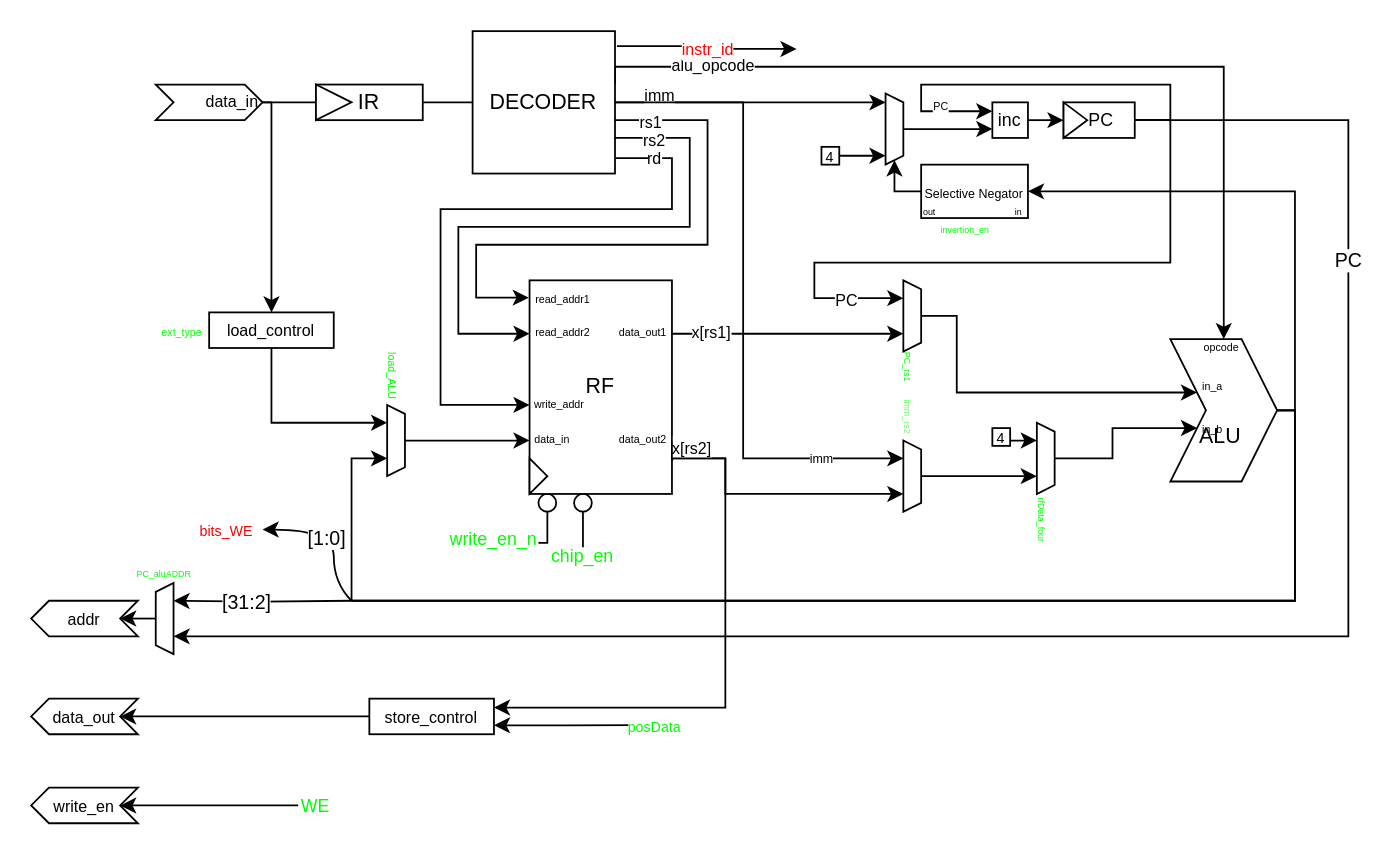
The draw.io diagram Datapath Millestone 3.drawio in jawandrawa10/Tone3, before the edit. Source tidied: cells renumbered, new cells numbered last; positions are measured from the earlier drawing's top-left corner, leaving out a move shared by most shapes. Both pictures are drawn from the tidied source at 178%, with x=0, y=0 at pixel (30, 30).
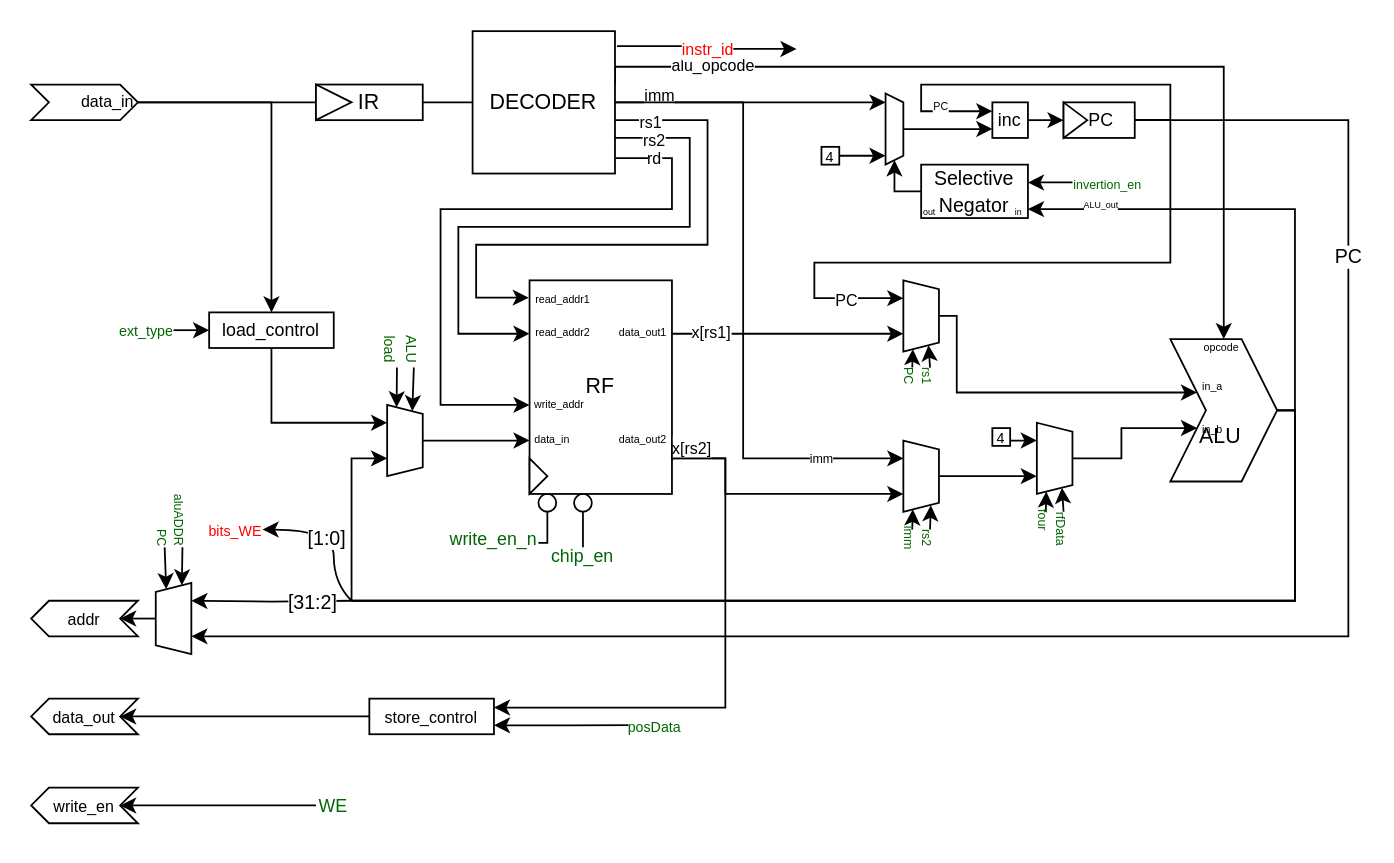
Above is the later version.

The change refers to these unchanged cells:
```xml
<mxCell id="45" value="&lt;div&gt;&lt;br&gt;&lt;/div&gt;&lt;div&gt;&lt;br&gt;&lt;/div&gt;&lt;div&gt;ALU&amp;nbsp;&lt;/div&gt;" style="shape=step;perimeter=stepPerimeter;whiteSpace=wrap;html=1;shapeInside=1;fixedSize=1;" parent="44" vertex="1">
  <mxGeometry width="60" height="80" as="geometry" />
</mxCell>
<mxCell id="72" style="group;" parent="1" vertex="1">
  <mxGeometry x="500" y="75" width="60" height="30" as="geometry" />
</mxCell>
<mxCell id="74" value="&lt;font style=&quot;font-size: 5px;&quot;&gt;in&lt;/font&gt;" style="text;html=1;whiteSpace=wrap;strokeColor=none;fillColor=none;align=center;verticalAlign=middle;rounded=0;" parent="72" vertex="1">
  <mxGeometry x="50" y="20" width="10" height="10" as="geometry" />
</mxCell>
<mxCell id="92" value="&lt;font style=&quot;font-size: 9px;&quot;&gt;write_en&lt;/font&gt;" style="text;html=1;whiteSpace=wrap;strokeColor=none;fillColor=none;align=center;verticalAlign=middle;rounded=0;" parent="90" vertex="1">
  <mxGeometry width="60" height="30" as="geometry" />
</mxCell>
<mxCell id="99" style="edgeStyle=orthogonalEdgeStyle;rounded=0;jettySize=auto;html=1;entryX=0.75;entryY=1;entryDx=0;entryDy=0;" parent="1" edge="1" target="80">
  <mxGeometry relative="1" as="geometry">
    <mxPoint x="180" y="320" as="sourcePoint" />
  </mxGeometry>
</mxCell>
<mxCell id="108" style="edgeStyle=orthogonalEdgeStyle;rounded=0;jettySize=auto;html=1;exitX=1;exitY=0.75;exitDx=0;exitDy=0;startArrow=classic;startFill=1;endArrow=none;endFill=0;" parent="1" edge="1" source="110">
  <mxGeometry relative="1" as="geometry">
    <mxPoint x="340" y="389.9" as="targetPoint" />
  </mxGeometry>
</mxCell>
```

Diff of the diagram source:
```diff
@@
-    <mxCell id="50" value="&lt;span style=&quot;color: light-dark(rgb(0, 255, 0), rgb(0, 255, 0));&quot;&gt;write_en_n&lt;/span&gt;" style="text;html=1;whiteSpace=wrap;strokeColor=none;fillColor=none;align=center;verticalAlign=middle;rounded=0;fontSize=10;" parent="1" vertex="1">
+    <mxCell id="50" value="&lt;span style=&quot;color: light-dark(rgb(0, 102, 0), rgb(0, 255, 0));&quot;&gt;write_en_n&lt;/span&gt;" style="text;html=1;whiteSpace=wrap;strokeColor=none;fillColor=none;align=center;verticalAlign=middle;rounded=0;fontSize=10;" parent="1" vertex="1">
       <mxGeometry x="235" y="280" width="50" height="10" as="geometry" />
     </mxCell>
@@
-    <mxCell id="52" value="&lt;span style=&quot;color: light-dark(rgb(0, 255, 0), rgb(0, 255, 0));&quot;&gt;chip_en&lt;/span&gt;" style="text;html=1;whiteSpace=wrap;strokeColor=none;fillColor=none;align=center;verticalAlign=middle;rounded=0;fontSize=10;" parent="1" vertex="1">
+    <mxCell id="52" value="&lt;span style=&quot;color: light-dark(rgb(0, 102, 0), rgb(0, 255, 0));&quot;&gt;chip_en&lt;/span&gt;" style="text;html=1;whiteSpace=wrap;strokeColor=none;fillColor=none;align=center;verticalAlign=middle;rounded=0;fontSize=10;" parent="1" vertex="1">
       <mxGeometry x="290" y="290" width="40" height="10" as="geometry" />
     </mxCell>
@@
     <mxCell id="55" style="shape=trapezoid;perimeter=trapezoidPerimeter;whiteSpace=wrap;html=1;shapeInside=1;fixedSize=1;rotation=90;size=5;" parent="1" vertex="1">
-      <mxGeometry x="475" y="245" width="40" height="10" as="geometry" />
+      <mxGeometry x="480" y="240" width="40" height="20" as="geometry" />
     </mxCell>
+    <mxCell id="114" style="edgeStyle=orthogonalEdgeStyle;rounded=0;jettySize=auto;html=1;exitX=0;exitY=0.5;exitDx=0;exitDy=0;entryX=1;entryY=0.75;entryDx=0;entryDy=0;" parent="1" edge="1" source="56" target="55">
+      <mxGeometry relative="1" as="geometry" />
+    </mxCell>
-    <mxCell id="56" value="&lt;span style=&quot;color: light-dark(rgb(102, 255, 102), rgb(0, 255, 0));&quot;&gt;&lt;font style=&quot;font-size: 5px;&quot;&gt;imm_&lt;/font&gt;&lt;span style=&quot;font-size: 5px;&quot;&gt;rs2&lt;/span&gt;&lt;/span&gt;" style="text;html=1;whiteSpace=wrap;strokeColor=none;fillColor=none;align=center;verticalAlign=middle;rounded=0;rotation=90;" parent="1" vertex="1">
-      <mxGeometry x="485" y="212" width="20" height="10" as="geometry" />
+    <mxCell id="56" value="&lt;span style=&quot;color: light-dark(rgb(0, 102, 0), rgb(0, 255, 0));&quot;&gt;&lt;font style=&quot;font-size: 7px;&quot;&gt;imm&lt;/font&gt;&lt;/span&gt;" style="text;html=1;whiteSpace=wrap;strokeColor=none;fillColor=none;align=center;verticalAlign=middle;rounded=0;rotation=90;" parent="1" vertex="1">
+      <mxGeometry x="490" y="280" width="10" height="10" as="geometry" />
     </mxCell>
     <mxCell id="57" style="shape=trapezoid;perimeter=trapezoidPerimeter;whiteSpace=wrap;html=1;shapeInside=1;fixedSize=1;rotation=90;size=5;" parent="1" vertex="1">
-      <mxGeometry x="475" y="155" width="40" height="10" as="geometry" />
+      <mxGeometry x="480" y="150" width="40" height="20" as="geometry" />
     </mxCell>
+    <mxCell id="115" style="edgeStyle=orthogonalEdgeStyle;rounded=0;jettySize=auto;html=1;exitX=0;exitY=0.5;exitDx=0;exitDy=0;entryX=1;entryY=0.75;entryDx=0;entryDy=0;" parent="1" edge="1" source="58" target="57">
+      <mxGeometry relative="1" as="geometry" />
+    </mxCell>
-    <mxCell id="58" value="&lt;font style=&quot;font-size: 5px; color: light-dark(rgb(0, 255, 0), rgb(0, 255, 0));&quot;&gt;PC_rs1&lt;/font&gt;" style="text;html=1;whiteSpace=wrap;strokeColor=none;fillColor=none;align=center;verticalAlign=middle;rounded=0;rotation=90;" parent="1" vertex="1">
-      <mxGeometry x="480" y="184" width="30" height="10" as="geometry" />
+    <mxCell id="58" value="&lt;span style=&quot;color: rgb(0, 102, 0);&quot;&gt;&lt;font style=&quot;font-size: 7px;&quot;&gt;PC&lt;/font&gt;&lt;/span&gt;" style="text;html=1;whiteSpace=wrap;strokeColor=none;fillColor=none;align=center;verticalAlign=middle;rounded=0;rotation=90;" parent="1" vertex="1">
+      <mxGeometry x="490" y="189" width="10" height="10" as="geometry" />
     </mxCell>
@@
     <mxCell id="67" style="shape=trapezoid;perimeter=trapezoidPerimeter;whiteSpace=wrap;html=1;shapeInside=1;fixedSize=1;rotation=90;size=5;" parent="1" vertex="1">
-      <mxGeometry x="550" y="235" width="40" height="10" as="geometry" />
+      <mxGeometry x="555" y="230" width="40" height="20" as="geometry" />
     </mxCell>
@@
+    <mxCell id="116" style="edgeStyle=orthogonalEdgeStyle;rounded=0;jettySize=auto;html=1;exitX=0;exitY=0.5;exitDx=0;exitDy=0;entryX=1;entryY=0.25;entryDx=0;entryDy=0;" parent="1" edge="1" source="70" target="67">
+      <mxGeometry relative="1" as="geometry" />
+    </mxCell>
-    <mxCell id="70" value="&lt;font style=&quot;font-size: 5px; color: light-dark(rgb(0, 255, 0), rgb(0, 255, 0));&quot;&gt;rfData_four&lt;/font&gt;" style="text;html=1;whiteSpace=wrap;strokeColor=none;fillColor=none;align=center;verticalAlign=middle;rounded=0;rotation=90;" parent="1" vertex="1">
-      <mxGeometry x="555" y="270" width="30" height="10" as="geometry" />
+    <mxCell id="70" value="&lt;font style=&quot;color: light-dark(rgb(0, 102, 0), rgb(0, 255, 0)); font-size: 7px;&quot;&gt;rfData&lt;/font&gt;" style="text;html=1;whiteSpace=wrap;strokeColor=none;fillColor=none;align=center;verticalAlign=middle;rounded=0;rotation=90;" parent="1" vertex="1">
+      <mxGeometry x="570" y="275" width="20" height="10" as="geometry" />
     </mxCell>
@@
-    <mxCell id="73" value="&lt;font style=&quot;font-size: 7px;&quot;&gt;Selective Negator&lt;/font&gt;" style="rounded=0;whiteSpace=wrap;html=1;" parent="72" vertex="1">
+    <mxCell id="73" value="&lt;font style=&quot;font-size: 11px;&quot;&gt;Selective Negator&lt;/font&gt;" style="rounded=0;whiteSpace=wrap;html=1;" parent="72" vertex="1">
       <mxGeometry width="60" height="30" as="geometry" />
     </mxCell>
@@
-    <mxCell id="77" style="edgeStyle=orthogonalEdgeStyle;rounded=0;jettySize=auto;html=1;exitX=1;exitY=0.5;exitDx=0;exitDy=0;entryX=1;entryY=0.5;entryDx=0;entryDy=0;" parent="1" edge="1" source="45" target="73">
-      <mxGeometry x="-0.07" relative="1" as="geometry">
+    <mxCell id="77" style="edgeStyle=orthogonalEdgeStyle;rounded=0;jettySize=auto;html=1;exitX=1;exitY=0.5;exitDx=0;exitDy=0;entryX=1;entryY=0.5;entryDx=0;entryDy=0;" parent="1" edge="1" source="45" target="74">
+      <mxGeometry x="-0.14" relative="1" as="geometry">
         <Array as="points">
           <mxPoint x="710" y="213" />
-          <mxPoint x="710" y="90" />
+          <mxPoint x="710" y="100" />
         </Array>
       </mxGeometry>
     </mxCell>
+    <mxCell id="117" value="&lt;font style=&quot;font-size: 5px;&quot;&gt;ALU_out&lt;/font&gt;" style="edgeLabel;html=1;align=center;verticalAlign=middle;" parent="77" vertex="1">
+      <mxGeometry x="0.7" relative="1" as="geometry">
+        <mxPoint x="-1" y="-5" as="offset" />
+      </mxGeometry>
+    </mxCell>
-    <mxCell id="78" value="&lt;font style=&quot;font-size: 5px; color: light-dark(rgb(0, 255, 0), rgb(0, 255, 0));&quot;&gt;invertion_en&lt;/font&gt;" style="text;html=1;whiteSpace=wrap;strokeColor=none;fillColor=none;align=center;verticalAlign=middle;rounded=0;rotation=0;" parent="1" vertex="1">
-      <mxGeometry x="510" y="105" width="30" height="10" as="geometry" />
+    <mxCell id="78" value="&lt;font style=&quot;color: light-dark(rgb(0, 102, 0), rgb(0, 255, 0)); font-size: 7px;&quot;&gt;invertion_en&lt;/font&gt;" style="text;html=1;whiteSpace=wrap;strokeColor=none;fillColor=none;align=center;verticalAlign=middle;rounded=0;rotation=0;" parent="1" vertex="1">
+      <mxGeometry x="585" y="75" width="40" height="20" as="geometry" />
     </mxCell>
@@
     <mxCell id="80" style="shape=trapezoid;perimeter=trapezoidPerimeter;whiteSpace=wrap;html=1;shapeInside=1;fixedSize=1;rotation=-90;size=5;" parent="1" vertex="1">
-      <mxGeometry x="55" y="325" width="40" height="10" as="geometry" />
+      <mxGeometry x="60" y="320" width="40" height="20" as="geometry" />
     </mxCell>
@@
+    <mxCell id="118" style="edgeStyle=orthogonalEdgeStyle;rounded=0;jettySize=auto;html=1;exitX=1;exitY=0.5;exitDx=0;exitDy=0;entryX=1;entryY=0.25;entryDx=0;entryDy=0;" parent="1" edge="1" source="84" target="80">
+      <mxGeometry relative="1" as="geometry" />
+    </mxCell>
-    <mxCell id="84" value="&lt;font style=&quot;font-size: 5px; color: light-dark(rgb(0, 255, 0), rgb(0, 255, 0));&quot;&gt;PC_aluADDR&lt;/font&gt;" style="text;html=1;whiteSpace=wrap;strokeColor=none;fillColor=none;align=center;verticalAlign=middle;rounded=0;rotation=0;" parent="1" vertex="1">
-      <mxGeometry x="50" y="298" width="50" height="10" as="geometry" />
+    <mxCell id="84" value="&lt;font style=&quot;font-size: 7px; color: light-dark(rgb(0, 102, 0), rgb(0, 255, 0));&quot;&gt;PC&lt;/font&gt;" style="text;html=1;whiteSpace=wrap;strokeColor=none;fillColor=none;align=center;verticalAlign=middle;rounded=0;rotation=90;" parent="1" vertex="1">
+      <mxGeometry x="70" y="280" width="10" height="10" as="geometry" />
     </mxCell>
@@
     <mxCell id="86" value="&lt;font style=&quot;font-size: 9px;&quot;&gt;&lt;div style=&quot;text-align: center;&quot;&gt;&lt;span style=&quot;text-decoration-line: inherit; background-color: transparent; color: light-dark(rgb(0, 0, 0), rgb(255, 255, 255));&quot;&gt;data_in&lt;/span&gt;&lt;/div&gt;&lt;/font&gt;" style="shape=step;perimeter=stepPerimeter;whiteSpace=wrap;html=1;shapeInside=1;fixedSize=1;size=10;align=right;" parent="1" vertex="1">
-      <mxGeometry x="70" y="30" width="60" height="20" as="geometry" />
+      <mxGeometry y="30" width="60" height="20" as="geometry" />
     </mxCell>
@@
     <mxCell id="94" style="shape=trapezoid;perimeter=trapezoidPerimeter;whiteSpace=wrap;html=1;shapeInside=1;fixedSize=1;rotation=90;size=5;" parent="1" vertex="1">
-      <mxGeometry x="185" y="225" width="40" height="10" as="geometry" />
+      <mxGeometry x="190" y="220" width="40" height="20" as="geometry" />
     </mxCell>
+    <mxCell id="119" style="edgeStyle=orthogonalEdgeStyle;rounded=0;jettySize=auto;html=1;exitX=1;exitY=0.25;exitDx=0;exitDy=0;entryX=0;entryY=0.75;entryDx=0;entryDy=0;" parent="1" edge="1" source="95" target="94">
+      <mxGeometry relative="1" as="geometry" />
+    </mxCell>
-    <mxCell id="95" value="&lt;span style=&quot;color: rgb(0, 255, 0);&quot;&gt;&lt;font style=&quot;font-size: 6px;&quot;&gt;load_ALU&lt;/font&gt;&lt;/span&gt;" style="text;html=1;whiteSpace=wrap;strokeColor=none;fillColor=none;align=center;verticalAlign=middle;rounded=0;rotation=90;" parent="1" vertex="1">
-      <mxGeometry x="185" y="189" width="40" height="10" as="geometry" />
+    <mxCell id="95" value="&lt;span style=&quot;color: rgb(0, 102, 0);&quot;&gt;&lt;font style=&quot;font-size: 8px;&quot;&gt;load&lt;/font&gt;&lt;/span&gt;" style="text;html=1;whiteSpace=wrap;strokeColor=none;fillColor=none;align=center;verticalAlign=middle;rounded=0;rotation=90;" parent="1" vertex="1">
+      <mxGeometry x="193" y="174" width="20" height="10" as="geometry" />
     </mxCell>
@@
-    <mxCell id="97" value="&lt;font style=&quot;font-size: 9px;&quot;&gt;load_control&lt;/font&gt;" style="whiteSpace=wrap;html=1;" parent="1" vertex="1">
+    <mxCell id="97" value="&lt;font style=&quot;font-size: 10px;&quot;&gt;load_control&lt;/font&gt;" style="whiteSpace=wrap;html=1;" parent="1" vertex="1">
       <mxGeometry x="100" y="158" width="70" height="20" as="geometry" />
     </mxCell>
+    <mxCell id="120" style="edgeStyle=orthogonalEdgeStyle;rounded=0;jettySize=auto;html=1;exitX=1;exitY=0.5;exitDx=0;exitDy=0;entryX=0;entryY=0.5;entryDx=0;entryDy=0;" parent="1" edge="1" source="98" target="97">
+      <mxGeometry relative="1" as="geometry" />
+    </mxCell>
-    <mxCell id="98" value="&lt;font style=&quot;font-size: 6px; color: rgb(0, 255, 0);&quot;&gt;ext_type&lt;/font&gt;" style="text;html=1;whiteSpace=wrap;strokeColor=none;fillColor=none;align=center;verticalAlign=middle;rounded=0;" parent="1" vertex="1">
-      <mxGeometry x="70" y="163" width="30" height="10" as="geometry" />
+    <mxCell id="98" value="&lt;font style=&quot;font-size: 8px; color: rgb(0, 102, 0);&quot;&gt;ext_type&lt;/font&gt;" style="text;html=1;whiteSpace=wrap;strokeColor=none;fillColor=none;align=center;verticalAlign=middle;rounded=0;" parent="1" vertex="1">
+      <mxGeometry x="50" y="163" width="30" height="10" as="geometry" />
     </mxCell>
@@
     <mxCell id="100" value="[31:2]" style="edgeLabel;html=1;align=center;verticalAlign=middle;" parent="99" vertex="1">
       <mxGeometry x="0.56" y="-1" relative="1" as="geometry">
-        <mxPoint x="18" y="1" as="offset" />
+        <mxPoint x="48" y="1" as="offset" />
       </mxGeometry>
     </mxCell>
@@
-    <mxCell id="109" value="&lt;font style=&quot;font-size: 8px; color: rgb(0, 255, 0);&quot;&gt;posData&lt;/font&gt;" style="edgeLabel;html=1;align=center;verticalAlign=middle;" parent="108" vertex="1">
+    <mxCell id="109" value="&lt;font style=&quot;font-size: 8px; color: light-dark(rgb(0, 102, 0), rgb(0, 255, 0));&quot;&gt;posData&lt;/font&gt;" style="edgeLabel;html=1;align=center;verticalAlign=middle;" parent="108" vertex="1">
       <mxGeometry x="0.49" relative="1" as="geometry">
         <mxPoint x="30" y="-1" as="offset" />
       </mxGeometry>
     </mxCell>
@@
     <mxCell id="111" value="&lt;font style=&quot;font-size: 8px; color: rgb(255, 0, 0);&quot;&gt;bits_WE&lt;/font&gt;" style="text;html=1;whiteSpace=wrap;strokeColor=none;fillColor=none;align=center;verticalAlign=middle;rounded=0;" parent="1" vertex="1">
-      <mxGeometry x="90" y="270" width="40" height="20" as="geometry" />
+      <mxGeometry x="100" y="270" width="30" height="20" as="geometry" />
     </mxCell>
-    <mxCell id="112" style="endArrow=classic;html=1;rounded=0;entryX=0.833;entryY=0.5;entryDx=0;entryDy=0;entryPerimeter=0;" parent="1" edge="1" target="92">
-      <mxGeometry relative="1" as="geometry">
-        <mxPoint x="150" y="435" as="sourcePoint" />
-      </mxGeometry>
+    <mxCell id="112" style="endArrow=classic;html=1;rounded=0;entryX=0.833;entryY=0.5;entryDx=0;entryDy=0;entryPerimeter=0;exitX=0;exitY=0.5;exitDx=0;exitDy=0;" parent="1" edge="1" source="113" target="92">
+      <mxGeometry relative="1" as="geometry" />
     </mxCell>
-    <mxCell id="113" value="&lt;font style=&quot;font-size: 10px; color: light-dark(rgb(0, 255, 0), rgb(0, 255, 0));&quot;&gt;WE&lt;/font&gt;" style="text;html=1;whiteSpace=wrap;strokeColor=none;fillColor=none;align=center;verticalAlign=middle;rounded=0;" parent="1" vertex="1">
-      <mxGeometry x="130" y="420" width="60" height="30" as="geometry" />
+    <mxCell id="113" value="&lt;font style=&quot;font-size: 10px; color: light-dark(rgb(0, 102, 0), rgb(0, 255, 0));&quot;&gt;WE&lt;/font&gt;" style="text;html=1;whiteSpace=wrap;strokeColor=none;fillColor=none;align=center;verticalAlign=middle;rounded=0;" parent="1" vertex="1">
+      <mxGeometry x="160" y="420" width="20" height="30" as="geometry" />
     </mxCell>
+    <mxCell id="121" style="edgeStyle=orthogonalEdgeStyle;rounded=0;jettySize=auto;html=1;exitX=0;exitY=0.5;exitDx=0;exitDy=0;entryX=1;entryY=0.25;entryDx=0;entryDy=0;" parent="1" edge="1" source="122" target="57">
+      <mxGeometry relative="1" as="geometry" />
+    </mxCell>
+    <mxCell id="122" value="&lt;span style=&quot;color: rgb(0, 102, 0);&quot;&gt;&lt;font style=&quot;font-size: 7px;&quot;&gt;rs1&lt;/font&gt;&lt;/span&gt;" style="text;html=1;whiteSpace=wrap;strokeColor=none;fillColor=none;align=center;verticalAlign=middle;rounded=0;rotation=90;" parent="1" vertex="1">
+      <mxGeometry x="500" y="189" width="10" height="10" as="geometry" />
+    </mxCell>
+    <mxCell id="123" style="edgeStyle=orthogonalEdgeStyle;rounded=0;jettySize=auto;html=1;exitX=0;exitY=0.5;exitDx=0;exitDy=0;entryX=0.909;entryY=0.227;entryDx=0;entryDy=0;entryPerimeter=0;" parent="1" edge="1" source="124" target="55">
+      <mxGeometry relative="1" as="geometry" />
+    </mxCell>
+    <mxCell id="124" value="&lt;span style=&quot;color: light-dark(rgb(0, 102, 0), rgb(0, 255, 0));&quot;&gt;&lt;font style=&quot;font-size: 7px;&quot;&gt;rs2&lt;/font&gt;&lt;/span&gt;" style="text;html=1;whiteSpace=wrap;strokeColor=none;fillColor=none;align=center;verticalAlign=middle;rounded=0;rotation=90;" parent="1" vertex="1">
+      <mxGeometry x="500" y="280" width="10" height="10" as="geometry" />
+    </mxCell>
+    <mxCell id="125" style="edgeStyle=orthogonalEdgeStyle;rounded=0;jettySize=auto;html=1;exitX=0;exitY=0.5;exitDx=0;exitDy=0;entryX=1;entryY=0.75;entryDx=0;entryDy=0;" parent="1" edge="1" source="126" target="67">
+      <mxGeometry relative="1" as="geometry" />
+    </mxCell>
+    <mxCell id="126" value="&lt;font style=&quot;color: light-dark(rgb(0, 102, 0), rgb(0, 255, 0)); font-size: 7px;&quot;&gt;four&lt;/font&gt;" style="text;html=1;whiteSpace=wrap;strokeColor=none;fillColor=none;align=center;verticalAlign=middle;rounded=0;rotation=90;" parent="1" vertex="1">
+      <mxGeometry x="565" y="270" width="10" height="10" as="geometry" />
+    </mxCell>
+    <mxCell id="127" style="edgeStyle=orthogonalEdgeStyle;rounded=0;jettySize=auto;html=1;exitX=0;exitY=0.5;exitDx=0;exitDy=0;entryX=1;entryY=0.333;entryDx=0;entryDy=0;entryPerimeter=0;" parent="1" edge="1" source="78" target="73">
+      <mxGeometry relative="1" as="geometry" />
+    </mxCell>
+    <mxCell id="128" style="edgeStyle=orthogonalEdgeStyle;rounded=0;jettySize=auto;html=1;exitX=1;exitY=0.5;exitDx=0;exitDy=0;entryX=1;entryY=0.75;entryDx=0;entryDy=0;" parent="1" edge="1" source="129" target="80">
+      <mxGeometry relative="1" as="geometry" />
+    </mxCell>
+    <mxCell id="129" value="&lt;font style=&quot;font-size: 7px; color: light-dark(rgb(0, 102, 0), rgb(0, 255, 0));&quot;&gt;aluADDR&lt;/font&gt;" style="text;html=1;whiteSpace=wrap;strokeColor=none;fillColor=none;align=center;verticalAlign=middle;rounded=0;rotation=90;" parent="1" vertex="1">
+      <mxGeometry x="70" y="270" width="30" height="10" as="geometry" />
+    </mxCell>
+    <mxCell id="130" style="edgeStyle=orthogonalEdgeStyle;rounded=0;jettySize=auto;html=1;exitX=1;exitY=0.5;exitDx=0;exitDy=0;entryX=0;entryY=0.25;entryDx=0;entryDy=0;" parent="1" edge="1" source="131" target="94">
+      <mxGeometry relative="1" as="geometry" />
+    </mxCell>
+    <mxCell id="131" value="&lt;span style=&quot;color: rgb(0, 102, 0);&quot;&gt;&lt;font style=&quot;font-size: 8px;&quot;&gt;ALU&lt;/font&gt;&lt;/span&gt;" style="text;html=1;whiteSpace=wrap;strokeColor=none;fillColor=none;align=center;verticalAlign=middle;rounded=0;rotation=90;" parent="1" vertex="1">
+      <mxGeometry x="205" y="174" width="20" height="10" as="geometry" />
+    </mxCell>
```
